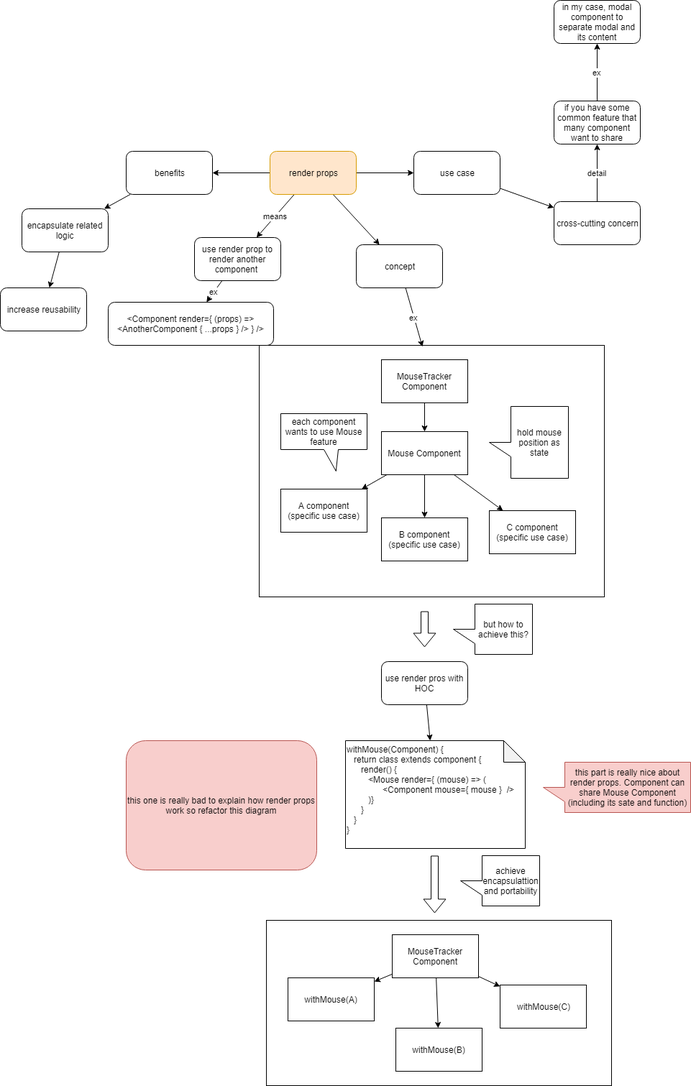
The draw.io diagram render_props_concept.png in stsiwo/react_redux_concept, before a commit. Source tidied: cells renumbered, new cells last; positions are measured from the earlier drawing's top-left corner, leaving out a move shared by most shapes.
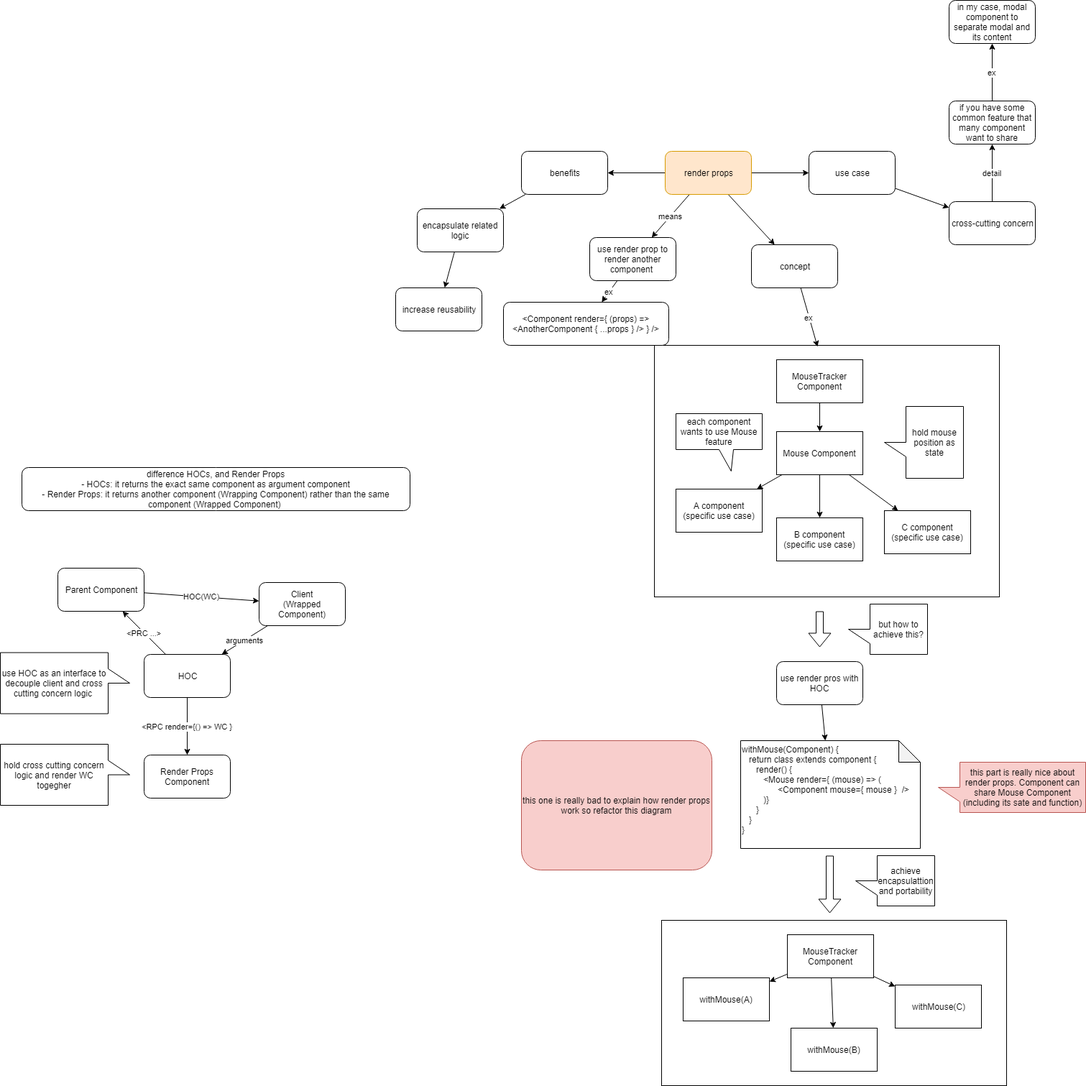
The same diagram one commit later.

The edit, as a diff of the source:
```diff
@@ -161,5 +161,38 @@
     <mxCell id="52" value="this one is really bad to explain how render props work so refactor this diagram" style="rounded=1;whiteSpace=wrap;html=1;fillColor=#f8cecc;strokeColor=#b85450;" parent="1" vertex="1">
       <mxGeometry x="175" y="1030" width="265" height="180" as="geometry" />
     </mxCell>
+    <mxCell id="53" value="&amp;lt;RPC render={() =&amp;gt; WC }" style="edgeStyle=none;rounded=0;jettySize=auto;html=1;" parent="1" edge="1" source="55" target="58">
+      <mxGeometry relative="1" as="geometry" />
+    </mxCell>
+    <mxCell id="54" value="&amp;lt;PRC ...&amp;gt;" style="edgeStyle=none;rounded=0;jettySize=auto;html=1;" parent="1" edge="1" source="55" target="57">
+      <mxGeometry relative="1" as="geometry" />
+    </mxCell>
+    <mxCell id="55" value="HOC" style="rounded=1;whiteSpace=wrap;html=1;" parent="1" vertex="1">
+      <mxGeometry x="-350" y="910" width="120" height="60" as="geometry" />
+    </mxCell>
+    <mxCell id="56" value="HOC(WC)" style="edgeStyle=none;rounded=0;jettySize=auto;html=1;" parent="1" edge="1" source="57" target="60">
+      <mxGeometry relative="1" as="geometry" />
+    </mxCell>
+    <mxCell id="57" value="Parent Component" style="rounded=1;whiteSpace=wrap;html=1;" parent="1" vertex="1">
+      <mxGeometry x="-470" y="790" width="120" height="60" as="geometry" />
+    </mxCell>
+    <mxCell id="58" value="Render Props Component" style="rounded=1;whiteSpace=wrap;html=1;" parent="1" vertex="1">
+      <mxGeometry x="-350" y="1050" width="120" height="60" as="geometry" />
+    </mxCell>
+    <mxCell id="59" value="arguments" style="rounded=0;jettySize=auto;html=1;" parent="1" edge="1" source="60" target="55">
+      <mxGeometry relative="1" as="geometry" />
+    </mxCell>
+    <mxCell id="60" value="Client&lt;br&gt;(Wrapped Component)&lt;br&gt;" style="rounded=1;whiteSpace=wrap;html=1;" parent="1" vertex="1">
+      <mxGeometry x="-190" y="810" width="120" height="60" as="geometry" />
+    </mxCell>
+    <mxCell id="61" value="hold cross cutting concern logic and render WC togegher" style="shape=callout;whiteSpace=wrap;html=1;perimeter=calloutPerimeter;direction=north;" parent="1" vertex="1">
+      <mxGeometry x="-550" y="1035" width="180" height="85" as="geometry" />
+    </mxCell>
+    <mxCell id="62" value="use HOC as an interface to decouple client and cross cutting concern logic&amp;nbsp;" style="shape=callout;whiteSpace=wrap;html=1;perimeter=calloutPerimeter;direction=north;" parent="1" vertex="1">
+      <mxGeometry x="-550" y="907.5" width="180" height="85" as="geometry" />
+    </mxCell>
+    <mxCell id="63" value="difference HOCs, and Render Props&lt;br&gt;- HOCs: it returns the exact same component as argument component&lt;br&gt;- Render Props: it returns another component (Wrapping Component) rather than the same component (Wrapped Component)&amp;nbsp;&lt;br&gt;" style="rounded=1;whiteSpace=wrap;html=1;" parent="1" vertex="1">
+      <mxGeometry x="-520" y="650" width="540" height="60" as="geometry" />
+    </mxCell>
   </root>
 </mxGraphModel>
```
